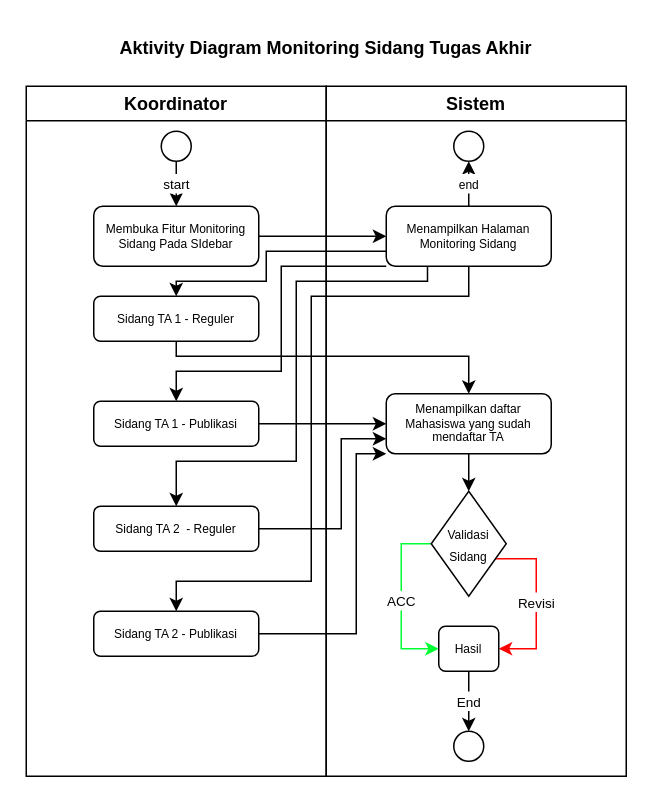
This is Website Bimbingan Online/Activity Diagram/monitoring sidang.drawio from BagusCPaste/draw.io, a draw.io file, before an edit. Source tidied: cells renumbered, new cells numbered last; positions are measured from the earlier drawing's top-left corner, leaving out a move shared by most shapes. Both pictures are drawn from the tidied source at 150%, with x=0, y=0 at pixel (26, 26).
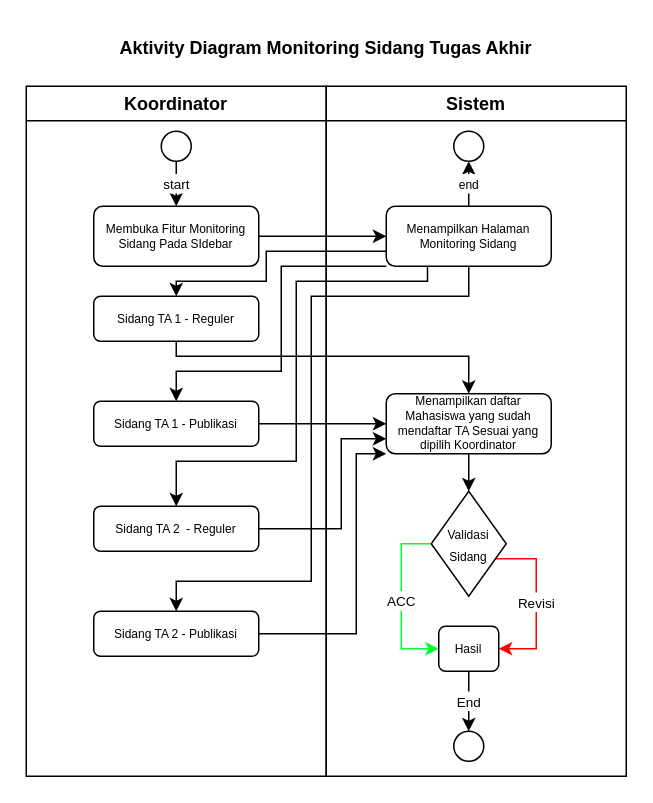
The same diagram, later.

The change refers to these unchanged cells:
```xml
<mxCell id="10" value="Sistem" style="swimlane;whiteSpace=wrap;html=1;" parent="1" vertex="1">
  <mxGeometry x="200" y="40" width="200" height="460" as="geometry" />
</mxCell>
```

What changed in the source:
```diff
@@
-    <mxCell id="14" value="Menampilkan daftar Mahasiswa yang sudah mendaftar TA" style="rounded=1;whiteSpace=wrap;html=1;fontSize=8;" parent="10" vertex="1">
+    <mxCell id="14" value="Menampilkan daftar Mahasiswa yang sudah mendaftar TA Sesuai yang dipilih Koordinator" style="rounded=1;whiteSpace=wrap;html=1;fontSize=8;" parent="10" vertex="1">
       <mxGeometry x="40" y="205" width="110" height="40" as="geometry" />
     </mxCell>
```
